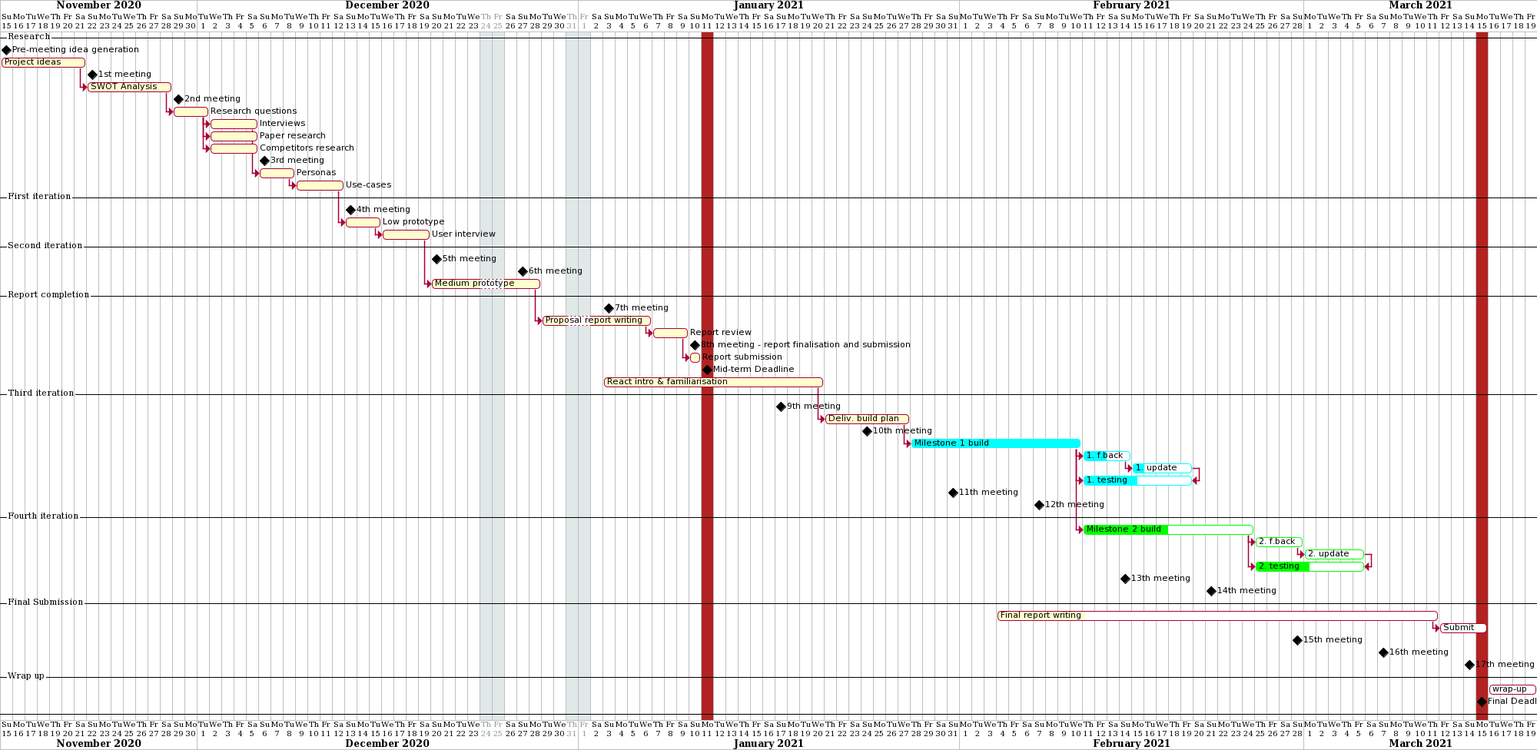
Earlier version of the PlantUML export .project-management/gantt-chart/gantt-chart.png (agiledev3/buyers-remorse-app).
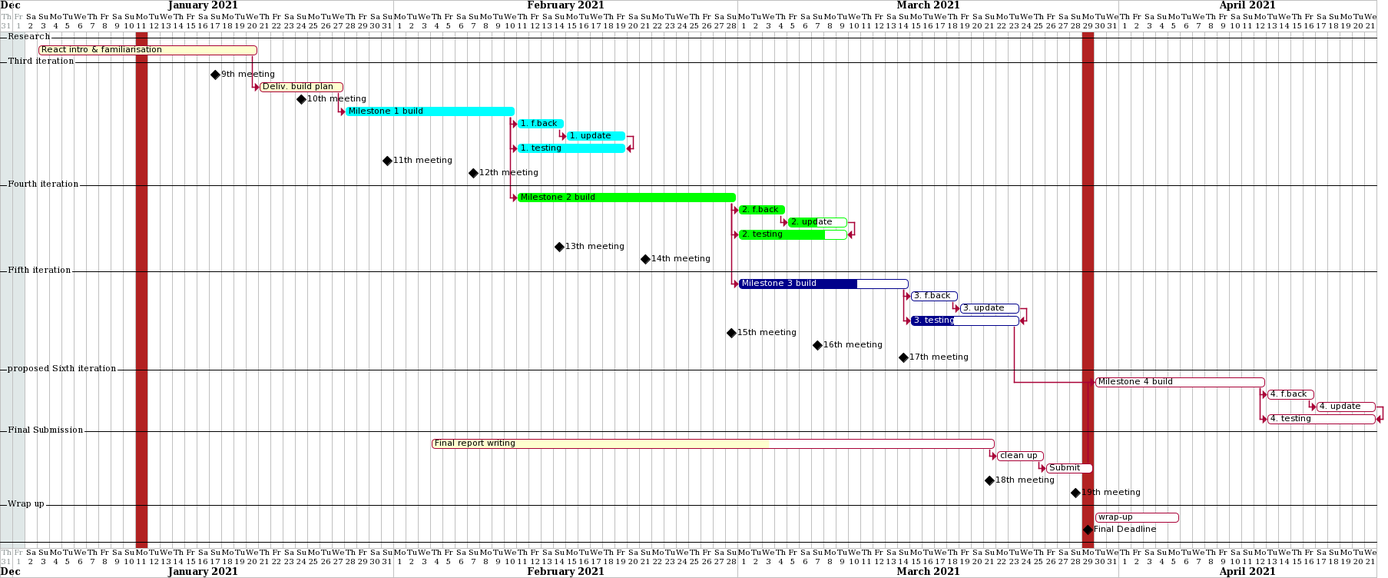
The same diagram one commit later.

Commit message:
gantt chart as of 07.03.2021

What changed in the source:
```diff
@@ -1,42 +1,8 @@
 @startgantt
-Project starts 2020-11-15
+skinparam classFontColor automatic
+Project starts 2020-12-31
 printscale daily
 -- Research --
-
-[Pre-meeting idea generation] happens at 2020-11-15
-[Project ideas] lasts 7 days and is 100% complete
-
-[1st meeting] happens at 2020-11-22
-[SWOT Analysis] lasts 7 days and is 100% complete
-
-[2nd meeting] happens at 2020-11-29
-[Research questions] lasts 3 days and is 100% complete
-[Interviews] lasts 4 days and is 100% complete
-[Paper research] lasts 4 days and is 100% complete
-[Competitors research] lasts 4 days and is 100% complete
-
-[3rd meeting] happens at 2020-12-06
-[Personas] lasts 3 days and is 100% complete
-[Use-cases] lasts 4 days and is 100% complete
-
--- First iteration --
-[4th meeting] happens at 2020-12-13
-[Low prototype] lasts 3 days and is 100% complete
-[User interview] lasts 4 days and is 100% complete
-
--- Second iteration --
-[5th meeting] happens at 2020-12-20
-[6th meeting] happens at 2020-12-27
-[Medium prototype] lasts 7 days and is 100% complete
-
--- Report completion --
-[7th meeting] happens at 2021-01-03
-[Proposal report writing] lasts 7 days and is 100% complete
-[Report review] lasts 3 days and is 100% complete
-
-[8th meeting - report finalisation and submission] happens at 2021-01-10
-[Report submission] lasts 1 days and is 100% complete
-[Mid-term Deadline] happens at 2021-01-11
 
 [React intro & familiarisation] lasts 18 days and is 100% complete
 
@@ -46,59 +12,63 @@
 
 [10th meeting] happens at 2021-01-24
 [Milestone 1 build] lasts 14 days and is colored in Cyan and is 100% complete
-[1. f.back] as [M1 f.back] lasts 4 days and is colored in Cyan and is 50% complete
-[1. update] as [M1 update] lasts 5 days and is colored in Cyan and is 20% complete
-[1. testing] as [M1 testing] is colored in Cyan and is 50% complete
+[1. f.back] as [M1 f.back] lasts 4 days and is colored in Cyan and is 100% complete
+[1. update] as [M1 update] lasts 5 days and is colored in Cyan and is 100% complete
+[1. testing] as [M1 testing] is colored in Cyan and is 100% complete
 [11th meeting] happens at 2021-01-31
 [12th meeting] happens at 2021-02-07
 
 -- Fourth iteration --
-[Milestone 2 build] lasts 14 days and is colored in Lime and is 50% complete
-[2. f.back] as [M2 f.back] lasts 4 days and is colored in Lime and is 0% complete
-[2. update] as [M2 update] lasts 5 days and is colored in Lime and is 0% complete
-[2. testing] as [M2 testing] is colored in Lime and is 50% complete
+[Milestone 2 build] lasts 18 days and is colored in Lime and is 100% complete
+[2. f.back] as [M2 f.back] lasts 4 days and is colored in Lime and is 100% complete
+[2. update] as [M2 update] lasts 5 days and is colored in Lime and is 50% complete
+[2. testing] as [M2 testing] is colored in Lime and is 80% complete
 
 [13th meeting] happens at 2021-02-14
 [14th meeting] happens at 2021-02-21
 
+--Fifth iteration --
+
+[<color:white>Milestone 3 build] as [Milestone 3 build] lasts 14 days and is colored in DarkBlue and is 70% complete
+[3. f.back] as [M3 f.back] lasts 4 days and is colored in DarkBlue and is 0% complete
+[3. update] as [M3 update] lasts 5 days and is colored in DarkBlue and is 0% complete
+[<color:white>3. testing] as [M3 testing] is colored in DarkBlue and is 40% complete
+
+[15th meeting] happens at 2021-02-28
+[16th meeting] happens at 2021-03-07
+[17th meeting] happens at 2021-03-14
+
+-- proposed Sixth iteration --
+[Milestone 4 build] lasts 14 days and is 0% complete
+[4. f.back] as [M4 f.back] lasts 4 days and is 0% complete
+[4. update] as [M4 update] lasts 5 days and is 0% complete
+[4. testing] as [M4 testing] is 0% complete
 
 
 
 -- Final Submission --
-[Final report writing] is 20% complete
+[Final report writing] is 60% complete
+[clean up] lasts 4 days and is 0% complete
 [Submit] lasts 4 days and is 0% complete
-[15th meeting] happens at 2021-02-28
-[16th meeting] happens at 2021-03-07
-[17th meeting] happens at 2021-03-14
+
+[18th meeting] happens at 2021-03-21
+[19th meeting] happens at 2021-03-28
+
 
 -- Wrap up --
-[wrap-up] lasts 4 days and is 0% complete
+[wrap-up] lasts 7 days and is 0% complete
 
 2020-12-24 is closed
 2020-12-25 is closed
 2020-12-31 is closed
 2021-01-01 is closed
 
-[Final Deadline] happens at 2021-03-15
+[Final Deadline] happens at 2021-03-29
 
-
-[Project ideas] starts 2020-11-15
-[SWOT Analysis] starts at [Project ideas]'s end
-[Research questions] starts at [SWOT Analysis]'s end
-[Interviews] starts at [Research questions]'s end
-[Paper research] starts at [Research questions]'s end
-[Competitors research] starts at [Research questions]'s end
-[Personas] starts at [Interviews]'s end
-[Use-cases] starts at [Personas]'s end
-[Low prototype] starts at [Use-cases]'s end
-[User interview] starts at [Low prototype]'s end
-[Medium prototype] starts at [User interview]'s end
-[Proposal report writing] starts at [Medium prototype]'s end
-[Report review] starts at [Proposal report writing]'s end
-[Report submission] starts at [Report review]'s end
 [React intro & familiarisation] starts 2021-01-03
-[Final report writing] starts 2021-02-04 and ends 2021-03-11
-[Submit] starts at [Final report writing]'s end
+[Final report writing] starts 2021-02-04 and ends 2021-03-21
+[clean up] starts at [Final report writing]'s end
+[Submit] starts at [clean up]'s end
 
 [Deliv. build plan] starts at [React intro & familiarisation]'s end
 
@@ -110,10 +80,19 @@
 [M2 f.back] starts at [Milestone 2 build]'s end
 [M2 update] starts at [M2 f.back]'s end
 [M2 testing] starts at [Milestone 2 build]'s end and ends at [M2 update]'s end
+[Milestone 3 build] starts at [Milestone 2 build]'s end
+[M3 f.back] starts at [Milestone 3 build]'s end
+[M3 update] starts at [M3 f.back]'s end
+[M3 testing] starts at [Milestone 3 build]'s end and ends at [M3 update]'s end
+[Milestone 4 build] starts at [Submit]'s end
+[M4 f.back] starts at [Milestone 4 build]'s end
+[M4 update] starts at [M4 f.back]'s end
+[M4 testing] starts at [Milestone 4 build]'s end and ends at [M4 update]'s end
 
-[wrap-up] starts 2021-03-16
+[wrap-up] starts 2021-03-30
+[M3 testing] -> [Milestone 4 build]
 
 2021-01-11 is colored in FireBrick
-2021-03-15 is colored in FireBrick
+2021-03-29 is colored in FireBrick
 --
-@endgantt
+@endganttchart
```
